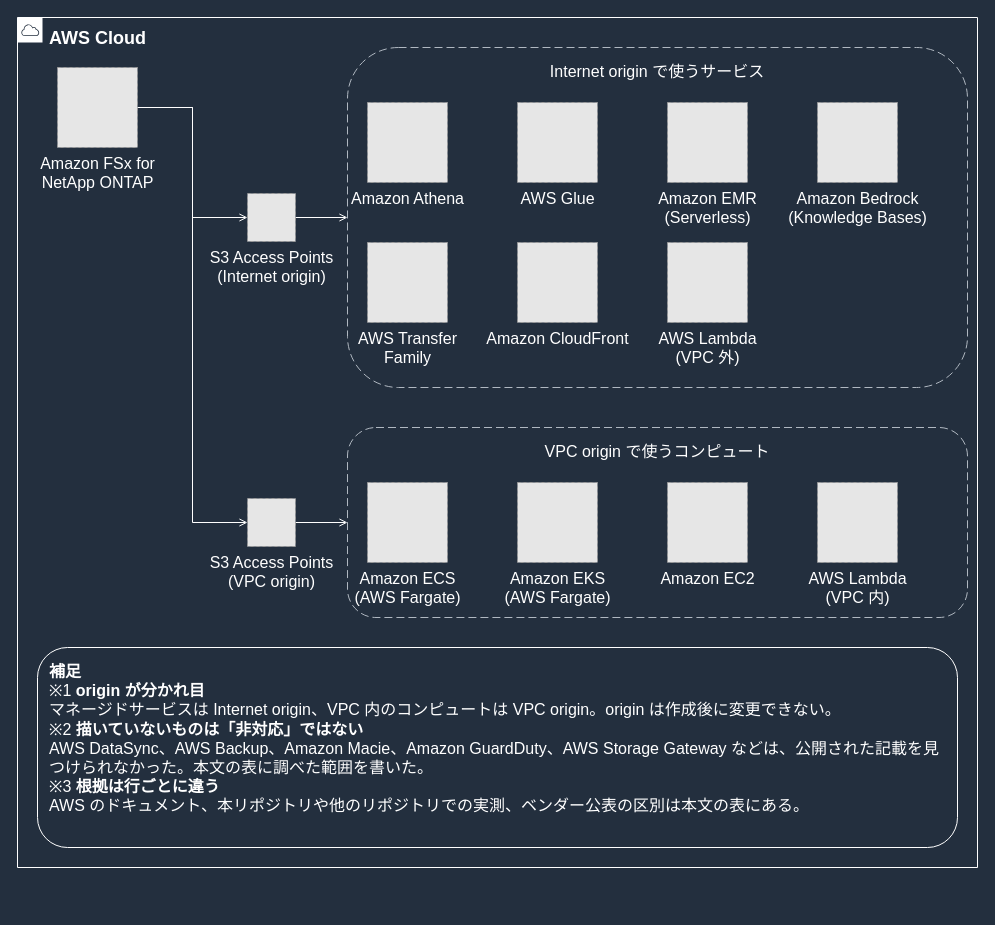
This is docs/_assets/diagrams/s3ap-consumer-map-dark.drawio from Yoshiki0705/FSx-for-ONTAP-Container-Datastore-Patterns, a draw.io file, before an edit. Source tidied: cells renumbered, new cells numbered last; positions are measured from the earlier drawing's top-left corner, leaving out a move shared by most shapes. Both pictures are drawn from the tidied source at 100%, with x=0, y=0 at pixel (17, 17). Pictures stored in the file or linked from it are replaced by grey dashed boxes.
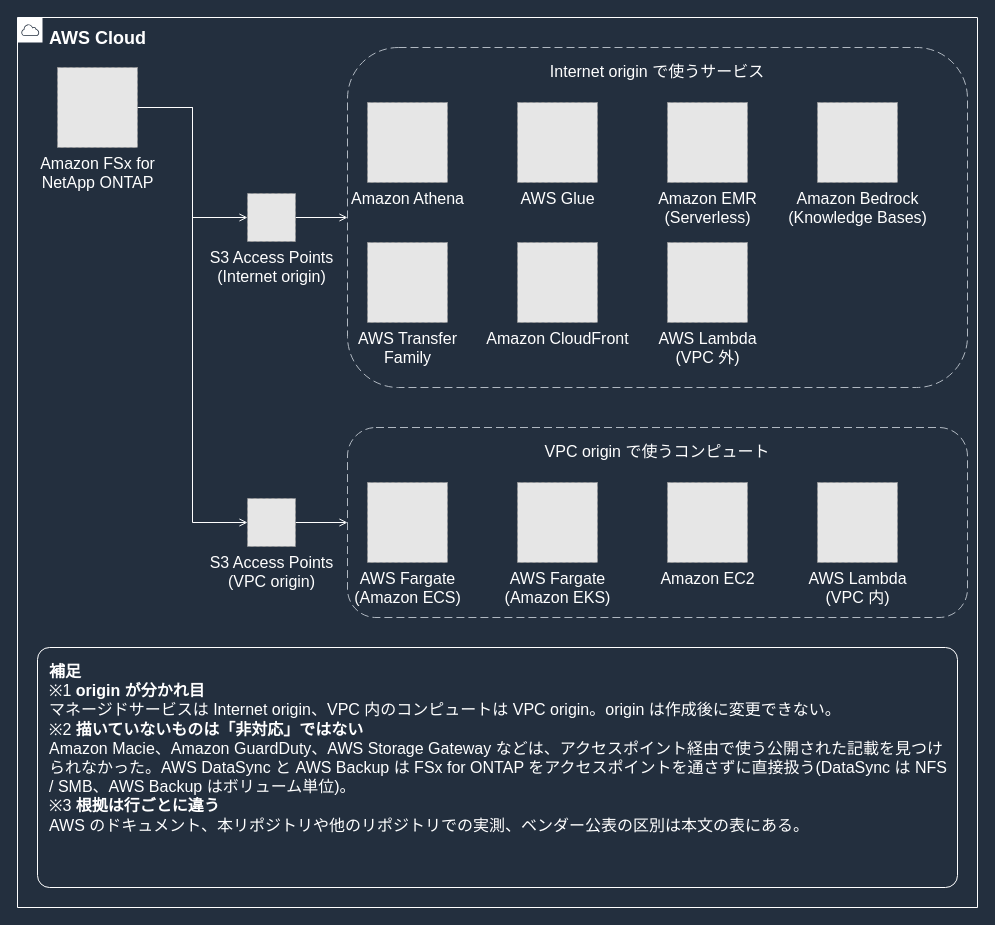
The same diagram, later.

The edit, as a diff of the source:
```diff
@@
     <mxCell id="6" value="AWS Cloud" style="gradientColor=none;html=1;whiteSpace=wrap;fontSize=18;fontStyle=1;fontColor=#FFFFFF;shape=mxgraph.aws4.group;grIcon=mxgraph.aws4.group_aws_cloud;strokeColor=#FFFFFF;fillColor=none;verticalAlign=top;align=left;spacingLeft=30;spacingTop=4;dashed=0;labelBackgroundColor=#232F3E;" parent="1" vertex="1">
-      <mxGeometry width="960" height="850" as="geometry" />
+      <mxGeometry width="960" height="890" as="geometry" />
     </mxCell>
@@
-    <mxCell id="9" value="&lt;b&gt;補足&lt;/b&gt;&lt;br&gt;※1 &lt;b&gt;origin が分かれ目&lt;/b&gt;&lt;br&gt;マネージドサービスは Internet origin、VPC 内のコンピュートは VPC origin。origin は作成後に変更できない。&lt;br&gt;※2 &lt;b&gt;描いていないものは「非対応」ではない&lt;/b&gt;&lt;br&gt;AWS DataSync、AWS Backup、Amazon Macie、Amazon GuardDuty、AWS Storage Gateway などは、公開された記載を見つけられなかった。本文の表に調べた範囲を書いた。&lt;br&gt;※3 &lt;b&gt;根拠は行ごとに違う&lt;/b&gt;&lt;br&gt;AWS のドキュメント、本リポジトリや他のリポジトリでの実測、ベンダー公表の区別は本文の表にある。" style="rounded=1;whiteSpace=wrap;html=1;strokeColor=#FFFFFF;fillColor=none;fontColor=#FFFFFF;fontSize=16;verticalAlign=top;align=left;spacingLeft=10;spacingRight=10;spacingTop=8;" parent="1" vertex="1">
-      <mxGeometry x="20" y="630" width="920" height="200" as="geometry" />
+    <mxCell id="9" value="&lt;b&gt;補足&lt;/b&gt;&lt;br&gt;※1 &lt;b&gt;origin が分かれ目&lt;/b&gt;&lt;br&gt;マネージドサービスは Internet origin、VPC 内のコンピュートは VPC origin。origin は作成後に変更できない。&lt;br&gt;※2 &lt;b&gt;描いていないものは「非対応」ではない&lt;/b&gt;&lt;br&gt;Amazon Macie、Amazon GuardDuty、AWS Storage Gateway などは、アクセスポイント経由で使う公開された記載を見つけられなかった。AWS DataSync と AWS Backup は FSx for ONTAP をアクセスポイントを通さずに直接扱う(DataSync は NFS / SMB、AWS Backup はボリューム単位)。&lt;br&gt;※3 &lt;b&gt;根拠は行ごとに違う&lt;/b&gt;&lt;br&gt;AWS のドキュメント、本リポジトリや他のリポジトリでの実測、ベンダー公表の区別は本文の表にある。" style="rounded=1;absoluteArcSize=1;arcSize=24;whiteSpace=wrap;html=1;strokeColor=#FFFFFF;fillColor=none;fontColor=#FFFFFF;fontSize=16;verticalAlign=top;align=left;spacingLeft=10;spacingRight=10;spacingTop=8;" parent="1" vertex="1">
+      <mxGeometry x="20" y="630" width="920" height="240" as="geometry" />
     </mxCell>
@@
-    <mxCell id="20" value="Amazon ECS&lt;br&gt;(AWS Fargate)" style="fillColor=#E6E6E6;strokeColor=#999999;dashed=1;html=1;verticalLabelPosition=bottom;verticalAlign=top;labelPosition=center;align=center;fontSize=16;fontColor=#FFFFFF;" parent="1" vertex="1">
+    <mxCell id="20" value="AWS Fargate&lt;br&gt;(Amazon ECS)" style="fillColor=#E6E6E6;strokeColor=#999999;dashed=1;html=1;verticalLabelPosition=bottom;verticalAlign=top;labelPosition=center;align=center;fontSize=16;fontColor=#FFFFFF;" parent="1" vertex="1">
       <mxGeometry x="350" y="465" width="80" height="80" as="geometry" />
     </mxCell>
-    <mxCell id="21" value="Amazon EKS&lt;br&gt;(AWS Fargate)" style="fillColor=#E6E6E6;strokeColor=#999999;dashed=1;html=1;verticalLabelPosition=bottom;verticalAlign=top;labelPosition=center;align=center;fontSize=16;fontColor=#FFFFFF;" parent="1" vertex="1">
+    <mxCell id="21" value="AWS Fargate&lt;br&gt;(Amazon EKS)" style="fillColor=#E6E6E6;strokeColor=#999999;dashed=1;html=1;verticalLabelPosition=bottom;verticalAlign=top;labelPosition=center;align=center;fontSize=16;fontColor=#FFFFFF;" parent="1" vertex="1">
       <mxGeometry x="500" y="465" width="80" height="80" as="geometry" />
     </mxCell>
```
